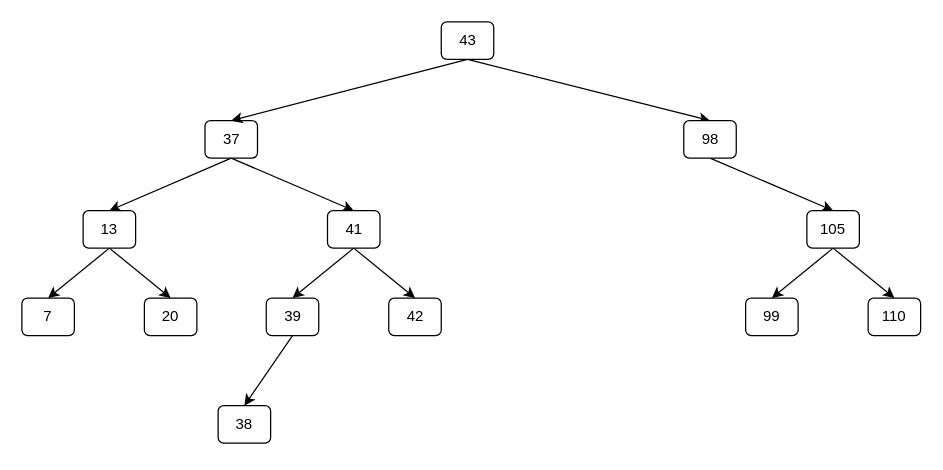
Before: page "Löschen" (4 of 6) of Baum.drawio in JoernWVSG/diagram, a draw.io diagram. Source tidied: cells renumbered, new cells numbered last; positions are measured from the earlier drawing's top-left corner, leaving out a move shared by most shapes. Both pictures are drawn from the tidied source at 125%, with x=0, y=0 at pixel (21, 21).
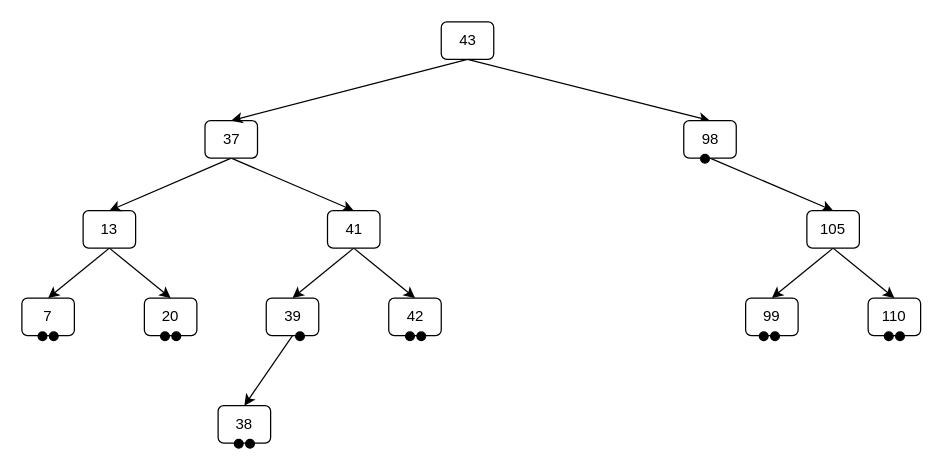
The same page after the edit.

Diff of the diagram source:
```diff
@@
+    <mxCell id="27" style="ellipse;whiteSpace=wrap;html=1;fillColor=#000000;" parent="1" vertex="1">
+      <mxGeometry x="219" y="248" width="7" height="7" as="geometry" />
+    </mxCell>
+    <mxCell id="28" style="ellipse;whiteSpace=wrap;html=1;fillColor=#000000;" parent="1" vertex="1">
+      <mxGeometry x="543" y="106" width="7" height="7" as="geometry" />
+    </mxCell>
+    <mxCell id="29" style="ellipse;whiteSpace=wrap;html=1;fillColor=#000000;" parent="1" vertex="1">
+      <mxGeometry x="307" y="248" width="7" height="7" as="geometry" />
+    </mxCell>
+    <mxCell id="30" style="ellipse;whiteSpace=wrap;html=1;fillColor=#000000;" parent="1" vertex="1">
+      <mxGeometry x="316" y="248" width="7" height="7" as="geometry" />
+    </mxCell>
+    <mxCell id="31" style="group;" parent="1" vertex="1">
+      <mxGeometry x="590" y="248" width="16" height="7" as="geometry" />
+    </mxCell>
+    <mxCell id="32" style="ellipse;whiteSpace=wrap;html=1;fillColor=#000000;" parent="31" vertex="1">
+      <mxGeometry width="7" height="7" as="geometry" />
+    </mxCell>
+    <mxCell id="33" style="ellipse;whiteSpace=wrap;html=1;fillColor=#000000;" parent="31" vertex="1">
+      <mxGeometry x="9" width="7" height="7" as="geometry" />
+    </mxCell>
+    <mxCell id="34" style="group;" parent="1" vertex="1">
+      <mxGeometry x="690" y="248" width="16" height="7" as="geometry" />
+    </mxCell>
+    <mxCell id="35" style="ellipse;whiteSpace=wrap;html=1;fillColor=#000000;" parent="34" vertex="1">
+      <mxGeometry width="7" height="7" as="geometry" />
+    </mxCell>
+    <mxCell id="36" style="ellipse;whiteSpace=wrap;html=1;fillColor=#000000;" parent="34" vertex="1">
+      <mxGeometry x="9" width="7" height="7" as="geometry" />
+    </mxCell>
+    <mxCell id="37" style="group;" parent="1" vertex="1">
+      <mxGeometry x="170" y="334" width="16" height="7" as="geometry" />
+    </mxCell>
+    <mxCell id="38" style="ellipse;whiteSpace=wrap;html=1;fillColor=#000000;" parent="37" vertex="1">
+      <mxGeometry width="7" height="7" as="geometry" />
+    </mxCell>
+    <mxCell id="39" style="ellipse;whiteSpace=wrap;html=1;fillColor=#000000;" parent="37" vertex="1">
+      <mxGeometry x="9" width="7" height="7" as="geometry" />
+    </mxCell>
+    <mxCell id="40" style="group;" parent="1" vertex="1">
+      <mxGeometry x="111" y="248" width="16" height="7" as="geometry" />
+    </mxCell>
+    <mxCell id="41" style="ellipse;whiteSpace=wrap;html=1;fillColor=#000000;" parent="40" vertex="1">
+      <mxGeometry width="7" height="7" as="geometry" />
+    </mxCell>
+    <mxCell id="42" style="ellipse;whiteSpace=wrap;html=1;fillColor=#000000;" parent="40" vertex="1">
+      <mxGeometry x="9" width="7" height="7" as="geometry" />
+    </mxCell>
+    <mxCell id="43" style="group;" parent="1" vertex="1">
+      <mxGeometry x="13" y="248" width="16" height="7" as="geometry" />
+    </mxCell>
+    <mxCell id="44" style="ellipse;whiteSpace=wrap;html=1;fillColor=#000000;" parent="43" vertex="1">
+      <mxGeometry width="7" height="7" as="geometry" />
+    </mxCell>
+    <mxCell id="45" style="ellipse;whiteSpace=wrap;html=1;fillColor=#000000;" parent="43" vertex="1">
+      <mxGeometry x="9" width="7" height="7" as="geometry" />
+    </mxCell>
```
